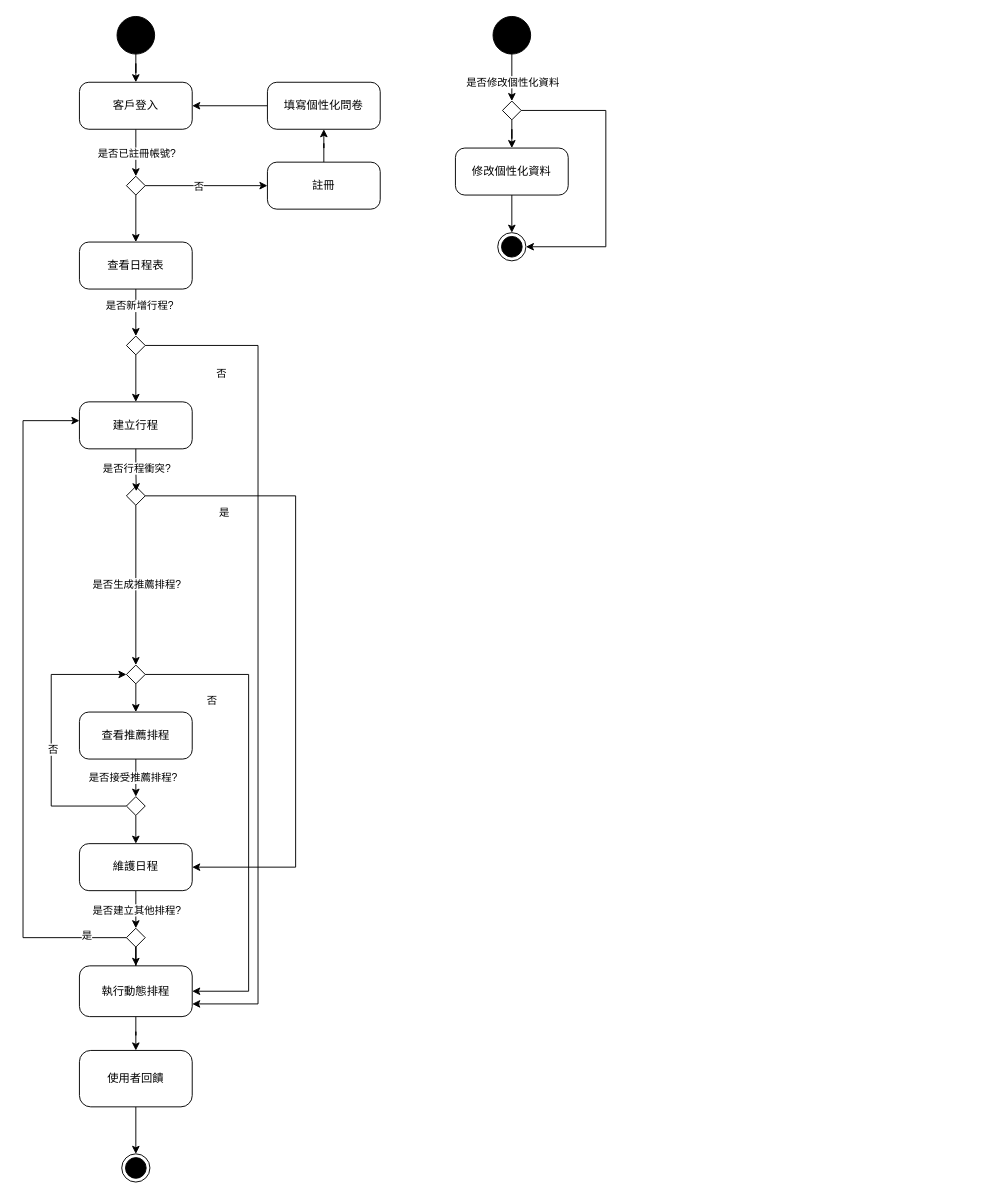
This is 系統設計圖/活動圖.drawio from Kevincheng0804/Graduation-Topic, a draw.io file, before an edit. Source tidied: cells renumbered, new cells numbered last; positions are measured from the earlier drawing's top-left corner, leaving out a move shared by most shapes. Both pictures are drawn from the tidied source at 94%, with x=0, y=0 at pixel (23, 16).
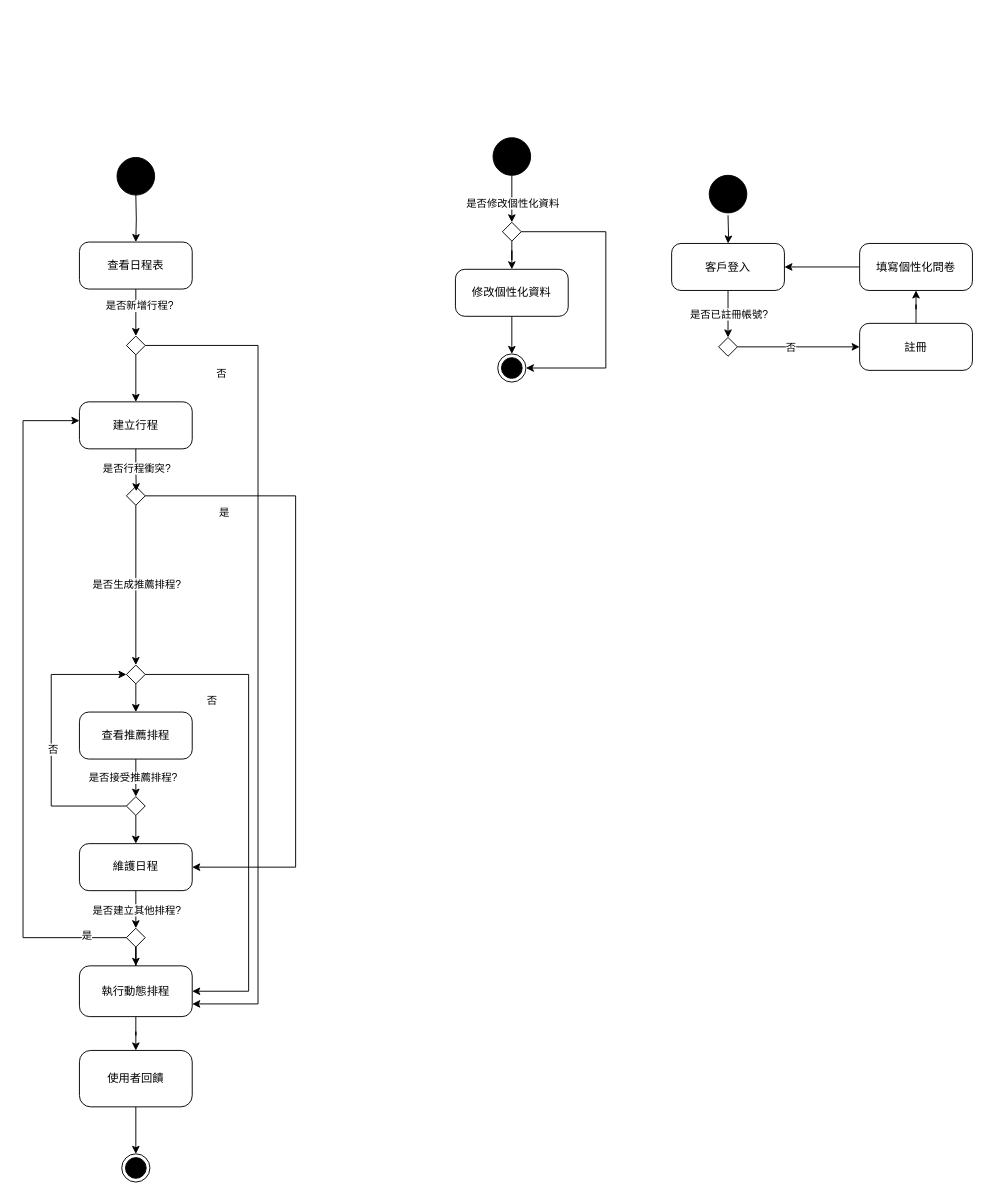
The same diagram, later.

Commit message (it also covers changes not shown here):
活動圖修改

The change refers to these unchanged cells:
```xml
<mxCell id="14" value="查看日程表" style="html=1;dashed=0;rounded=1;absoluteArcSize=1;arcSize=20;verticalAlign=middle;align=center;whiteSpace=wrap;" parent="1" vertex="1">
  <mxGeometry x="60" y="240" width="120" height="50" as="geometry" />
</mxCell>
```

Diff of the diagram source:
```diff
@@
-    <mxCell id="2" style="edgeStyle=orthogonalEdgeStyle;rounded=0;jettySize=auto;html=1;endArrow=classic;endFill=1;entryX=0.5;entryY=0;entryDx=0;entryDy=0;" parent="1" edge="1" source="4" target="15">
-      <mxGeometry relative="1" as="geometry" />
-    </mxCell>
-    <mxCell id="3" value="是否已註冊帳號?" style="edgeLabel;html=1;align=center;verticalAlign=middle;" parent="2" vertex="1">
-      <mxGeometry relative="1" as="geometry" />
-    </mxCell>
-    <mxCell id="4" value="客戶登入" style="html=1;dashed=0;rounded=1;absoluteArcSize=1;arcSize=20;verticalAlign=middle;align=center;whiteSpace=wrap;" parent="1" vertex="1">
-      <mxGeometry x="60" y="70" width="120" height="50" as="geometry" />
-    </mxCell>
-    <mxCell id="5" style="edgeStyle=orthogonalEdgeStyle;rounded=0;jettySize=auto;html=1;exitX=0.5;exitY=1;exitDx=0;exitDy=0;endArrow=classic;endFill=1;" parent="1" edge="1" source="6" target="4">
-      <mxGeometry relative="1" as="geometry" />
-    </mxCell>
     <mxCell id="6" style="ellipse;fillColor=strokeColor;html=1;" parent="1" vertex="1">
-      <mxGeometry x="100" width="40" height="40" as="geometry" />
+      <mxGeometry x="100" y="150" width="40" height="40" as="geometry" />
     </mxCell>
-    <mxCell id="7" style="edgeStyle=orthogonalEdgeStyle;rounded=0;jettySize=auto;html=1;exitX=0.5;exitY=1;exitDx=0;exitDy=0;endArrow=classic;endFill=1;" parent="1" edge="1" source="15" target="14">
-      <mxGeometry relative="1" as="geometry" />
+    <mxCell id="7" style="edgeStyle=orthogonalEdgeStyle;rounded=0;jettySize=auto;html=1;exitX=0.5;exitY=1;exitDx=0;exitDy=0;endArrow=classic;endFill=1;" parent="1" edge="1" target="14">
+      <mxGeometry relative="1" as="geometry">
+        <mxPoint x="120" y="190" as="sourcePoint" />
+      </mxGeometry>
     </mxCell>
-    <mxCell id="8" style="edgeStyle=orthogonalEdgeStyle;rounded=0;jettySize=auto;html=1;exitX=1;exitY=0.5;exitDx=0;exitDy=0;endArrow=classic;endFill=1;entryX=0;entryY=0.5;entryDx=0;entryDy=0;" parent="1" edge="1" source="15" target="11">
-      <mxGeometry relative="1" as="geometry" />
-    </mxCell>
-    <mxCell id="9" value="否" style="edgeLabel;html=1;align=center;verticalAlign=middle;" parent="8" vertex="1">
-      <mxGeometry x="0.16" relative="1" as="geometry">
-        <mxPoint x="-19" as="offset" />
-      </mxGeometry>
-    </mxCell>
-    <mxCell id="10" style="edgeStyle=orthogonalEdgeStyle;rounded=0;jettySize=auto;html=1;" parent="1" edge="1" source="11" target="43">
-      <mxGeometry relative="1" as="geometry" />
-    </mxCell>
-    <mxCell id="11" value="註冊" style="html=1;dashed=0;rounded=1;absoluteArcSize=1;arcSize=20;verticalAlign=middle;align=center;whiteSpace=wrap;" parent="1" vertex="1">
-      <mxGeometry x="260" y="155" width="120" height="50" as="geometry" />
-    </mxCell>
@@
-    <mxCell id="15" style="rhombus;" parent="1" vertex="1">
-      <mxGeometry x="110" y="170" width="20" height="20" as="geometry" />
-    </mxCell>
@@
-    <mxCell id="42" style="edgeStyle=orthogonalEdgeStyle;rounded=0;jettySize=auto;html=1;" parent="1" edge="1" source="43" target="4">
-      <mxGeometry relative="1" as="geometry" />
-    </mxCell>
-    <mxCell id="43" value="填寫個性化問卷" style="whiteSpace=wrap;html=1;dashed=0;rounded=1;arcSize=20;" parent="1" vertex="1">
-      <mxGeometry x="260" y="70" width="120" height="50" as="geometry" />
-    </mxCell>
@@
     <mxCell id="46" style="ellipse;fillColor=strokeColor;html=1;" parent="1" vertex="1">
-      <mxGeometry x="500" width="40" height="40" as="geometry" />
+      <mxGeometry x="500" y="129" width="40" height="40" as="geometry" />
     </mxCell>
@@
     <mxCell id="48" value="修改個性化資料" style="whiteSpace=wrap;html=1;dashed=0;rounded=1;arcSize=20;" parent="1" vertex="1">
-      <mxGeometry x="460" y="140" width="120" height="50" as="geometry" />
+      <mxGeometry x="460" y="269" width="120" height="50" as="geometry" />
     </mxCell>
@@
     <mxCell id="50" style="edgeStyle=orthogonalEdgeStyle;rounded=0;jettySize=auto;html=1;exitX=1;exitY=0.5;exitDx=0;exitDy=0;entryX=1;entryY=0.5;entryDx=0;entryDy=0;" parent="1" edge="1" source="51" target="52">
       <mxGeometry relative="1" as="geometry">
         <Array as="points">
-          <mxPoint x="620" y="100" />
-          <mxPoint x="620" y="245" />
+          <mxPoint x="620" y="229" />
+          <mxPoint x="620" y="374" />
         </Array>
       </mxGeometry>
     </mxCell>
     <mxCell id="51" style="rhombus;" parent="1" vertex="1">
-      <mxGeometry x="510" y="90" width="20" height="20" as="geometry" />
+      <mxGeometry x="510" y="219" width="20" height="20" as="geometry" />
     </mxCell>
     <mxCell id="52" style="ellipse;html=1;shape=endState;fillColor=strokeColor;" parent="1" vertex="1">
-      <mxGeometry x="505" y="230" width="30" height="30" as="geometry" />
+      <mxGeometry x="505" y="359" width="30" height="30" as="geometry" />
     </mxCell>
@@
+    <mxCell id="62" style="edgeStyle=orthogonalEdgeStyle;rounded=0;jettySize=auto;html=1;endArrow=classic;endFill=1;entryX=0.5;entryY=0;entryDx=0;entryDy=0;" parent="1" edge="1" source="4" target="65">
+      <mxGeometry relative="1" as="geometry" />
+    </mxCell>
+    <mxCell id="3" value="是否已註冊帳號?" style="edgeLabel;html=1;align=center;verticalAlign=middle;" parent="62" vertex="1">
+      <mxGeometry relative="1" as="geometry" />
+    </mxCell>
+    <mxCell id="4" value="客戶登入" style="html=1;dashed=0;rounded=1;absoluteArcSize=1;arcSize=20;verticalAlign=middle;align=center;whiteSpace=wrap;" parent="1" vertex="1">
+      <mxGeometry x="690" y="241.5" width="120" height="50" as="geometry" />
+    </mxCell>
+    <mxCell id="63" style="edgeStyle=orthogonalEdgeStyle;rounded=0;jettySize=auto;html=1;exitX=0.5;exitY=1;exitDx=0;exitDy=0;endArrow=classic;endFill=1;" parent="1" edge="1" target="4">
+      <mxGeometry relative="1" as="geometry">
+        <mxPoint x="750" y="211.5" as="sourcePoint" />
+      </mxGeometry>
+    </mxCell>
+    <mxCell id="64" style="edgeStyle=orthogonalEdgeStyle;rounded=0;jettySize=auto;html=1;exitX=1;exitY=0.5;exitDx=0;exitDy=0;endArrow=classic;endFill=1;entryX=0;entryY=0.5;entryDx=0;entryDy=0;" parent="1" edge="1" source="65" target="11">
+      <mxGeometry relative="1" as="geometry" />
+    </mxCell>
+    <mxCell id="9" value="否" style="edgeLabel;html=1;align=center;verticalAlign=middle;" parent="64" vertex="1">
+      <mxGeometry x="0.16" relative="1" as="geometry">
+        <mxPoint x="-19" as="offset" />
+      </mxGeometry>
+    </mxCell>
+    <mxCell id="10" style="edgeStyle=orthogonalEdgeStyle;rounded=0;jettySize=auto;html=1;" parent="1" edge="1" source="11" target="43">
+      <mxGeometry relative="1" as="geometry" />
+    </mxCell>
+    <mxCell id="11" value="註冊" style="html=1;dashed=0;rounded=1;absoluteArcSize=1;arcSize=20;verticalAlign=middle;align=center;whiteSpace=wrap;" parent="1" vertex="1">
+      <mxGeometry x="890" y="326.5" width="120" height="50" as="geometry" />
+    </mxCell>
+    <mxCell id="65" style="rhombus;" parent="1" vertex="1">
+      <mxGeometry x="740" y="341.5" width="20" height="20" as="geometry" />
+    </mxCell>
+    <mxCell id="42" style="edgeStyle=orthogonalEdgeStyle;rounded=0;jettySize=auto;html=1;" parent="1" edge="1" source="43" target="4">
+      <mxGeometry relative="1" as="geometry" />
+    </mxCell>
+    <mxCell id="43" value="填寫個性化問卷" style="whiteSpace=wrap;html=1;dashed=0;rounded=1;arcSize=20;" parent="1" vertex="1">
+      <mxGeometry x="890" y="241.5" width="120" height="50" as="geometry" />
+    </mxCell>
+    <mxCell id="66" style="ellipse;fillColor=strokeColor;html=1;" parent="1" vertex="1">
+      <mxGeometry x="730" y="169" width="40" height="40" as="geometry" />
+    </mxCell>
```
